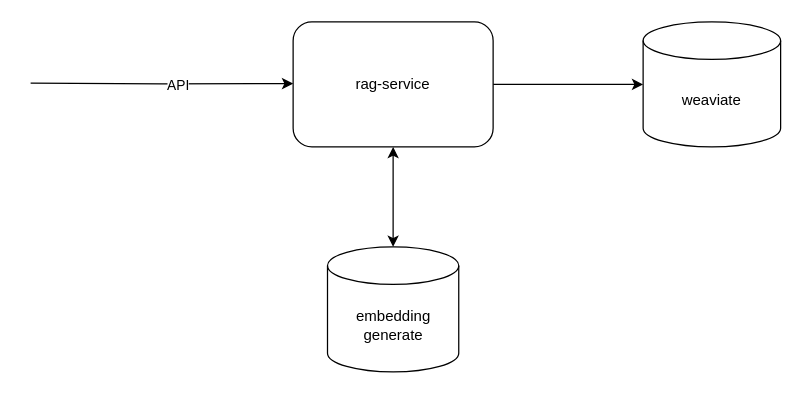
Above: SoftwareDesign.drawio in arjunmalik09/rag-system (draw.io), before the change. Source tidied: cells renumbered, new cells numbered last; positions are measured from the earlier drawing's top-left corner, leaving out a move shared by most shapes. Both pictures are drawn from the tidied source at 125%, with x=0, y=0 at pixel (30, 21).
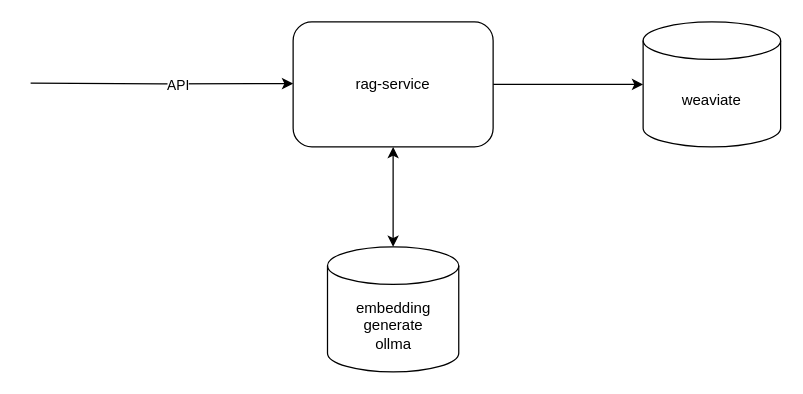
Above is the later version.

The edit, as a diff of the source:
```diff
@@
 <mxGraphModel>
   <root>
     <mxCell id="0" />
     <mxCell id="1" parent="0" />
     <mxCell id="2" style="edgeStyle=orthogonalEdgeStyle;rounded=0;jettySize=auto;html=1;exitX=1;exitY=0.5;exitDx=0;exitDy=0;" parent="1" edge="1" source="4" target="5">
       <mxGeometry relative="1" as="geometry" />
     </mxCell>
     <mxCell id="3" style="edgeStyle=orthogonalEdgeStyle;rounded=0;jettySize=auto;html=1;exitX=0.5;exitY=1;exitDx=0;exitDy=0;entryX=0.5;entryY=0;entryDx=0;entryDy=0;entryPerimeter=0;startArrow=classic;startFill=1;" parent="1" edge="1" source="4" target="8">
       <mxGeometry relative="1" as="geometry" />
     </mxCell>
     <mxCell id="4" value="rag-service" style="rounded=1;whiteSpace=wrap;html=1;" parent="1" vertex="1">
       <mxGeometry x="210" width="160" height="100" as="geometry" />
     </mxCell>
     <mxCell id="5" value="weaviate" style="shape=cylinder3;whiteSpace=wrap;html=1;boundedLbl=1;backgroundOutline=1;size=15;" parent="1" vertex="1">
       <mxGeometry x="490" width="110" height="100" as="geometry" />
     </mxCell>
     <mxCell id="6" style="edgeStyle=orthogonalEdgeStyle;rounded=0;orthogonalLoop=1;jettySize=auto;html=1;" parent="1" edge="1">
       <mxGeometry relative="1" as="geometry">
         <mxPoint y="49" as="sourcePoint" />
         <mxPoint x="210" y="49.4" as="targetPoint" />
       </mxGeometry>
     </mxCell>
     <mxCell id="7" value="API" style="edgeLabel;html=1;align=center;verticalAlign=middle;" parent="6" vertex="1">
       <mxGeometry x="0.12" y="-1" relative="1" as="geometry" />
     </mxCell>
-    <mxCell id="8" value="embedding&lt;br&gt;generate" style="shape=cylinder3;whiteSpace=wrap;html=1;boundedLbl=1;backgroundOutline=1;size=15;" parent="1" vertex="1">
+    <mxCell id="8" value="embedding&lt;br&gt;generate&lt;br&gt;ollma" style="shape=cylinder3;whiteSpace=wrap;html=1;boundedLbl=1;backgroundOutline=1;size=15;" parent="1" vertex="1">
       <mxGeometry x="237.5" y="180" width="105" height="100" as="geometry" />
     </mxCell>
   </root>
 </mxGraphModel>
```
